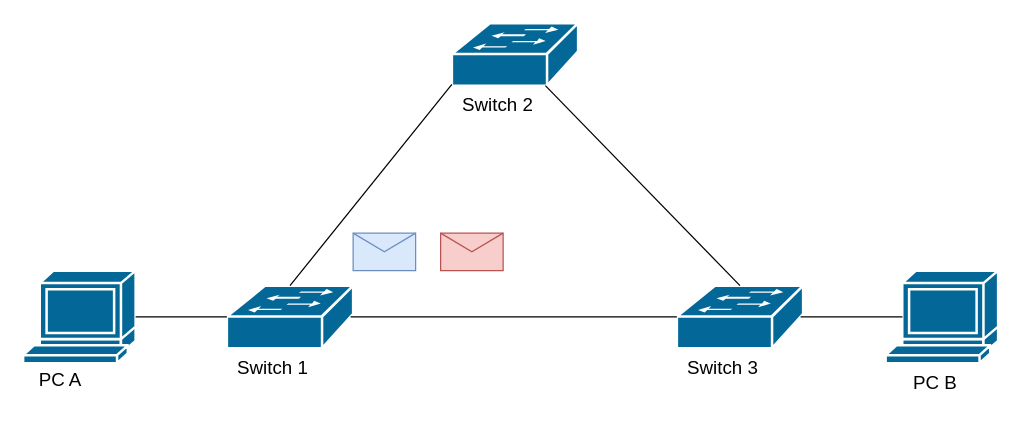
Vincent550102/NASA-graph keeps this draw.io diagram as NASA-graph/Security/STP 2.drawio. Above is the earlier version. Source tidied: cells renumbered, new cells numbered last; positions are measured from the earlier drawing's top-left corner, leaving out a move shared by most shapes. Both pictures are drawn from the tidied source at 125%, with x=0, y=0 at pixel (22, 22).
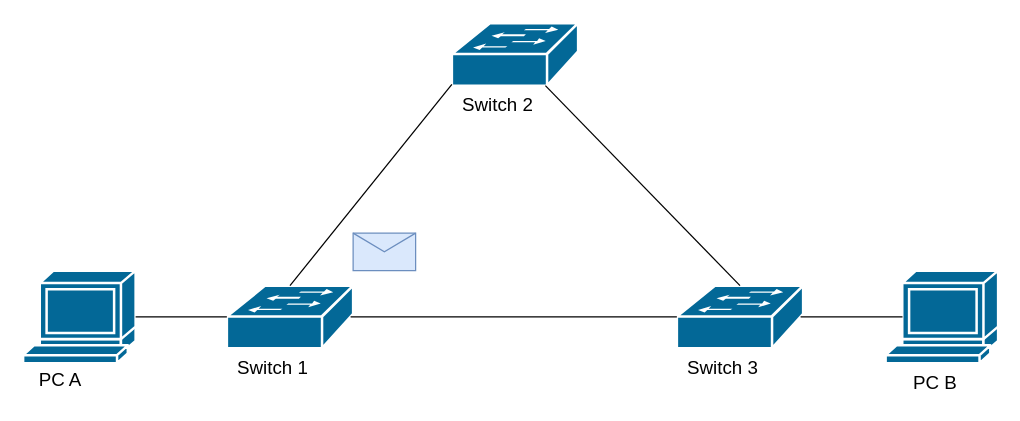
Above is the later version.

Diff of the diagram source:
```diff
@@
 <mxGraphModel>
   <root>
     <mxCell id="0" />
     <mxCell id="1" parent="0" />
     <mxCell id="2" style="shape=mxgraph.cisco.switches.workgroup_switch;sketch=0;html=1;dashed=0;fillColor=#036897;strokeColor=#ffffff;strokeWidth=2;verticalLabelPosition=bottom;verticalAlign=top;align=center;outlineConnect=0;" parent="1" vertex="1">
       <mxGeometry x="343" width="101" height="50" as="geometry" />
     </mxCell>
     <mxCell id="3" style="shape=mxgraph.cisco.switches.workgroup_switch;sketch=0;html=1;dashed=0;fillColor=#036897;strokeColor=#ffffff;strokeWidth=2;verticalLabelPosition=bottom;verticalAlign=top;align=center;outlineConnect=0;" parent="1" vertex="1">
       <mxGeometry x="523" y="210" width="101" height="50" as="geometry" />
     </mxCell>
     <mxCell id="4" style="shape=mxgraph.cisco.switches.workgroup_switch;sketch=0;html=1;dashed=0;fillColor=#036897;strokeColor=#ffffff;strokeWidth=2;verticalLabelPosition=bottom;verticalAlign=top;align=center;outlineConnect=0;" parent="1" vertex="1">
       <mxGeometry x="163" y="210" width="101" height="50" as="geometry" />
     </mxCell>
     <mxCell id="5" style="shape=mxgraph.cisco.computers_and_peripherals.terminal;sketch=0;html=1;dashed=0;fillColor=#036897;strokeColor=#ffffff;strokeWidth=2;verticalLabelPosition=bottom;verticalAlign=top;align=center;outlineConnect=0;" parent="1" vertex="1">
       <mxGeometry y="198" width="90" height="74" as="geometry" />
     </mxCell>
     <mxCell id="6" style="endArrow=none;html=1;rounded=0;exitX=0.5;exitY=0;exitDx=0;exitDy=0;exitPerimeter=0;entryX=0;entryY=0.98;entryDx=0;entryDy=0;entryPerimeter=0;" parent="1" edge="1" source="4" target="2">
       <mxGeometry relative="1" as="geometry" />
     </mxCell>
     <mxCell id="7" style="endArrow=none;html=1;rounded=0;exitX=0.5;exitY=0;exitDx=0;exitDy=0;exitPerimeter=0;" parent="1" edge="1" source="3" target="2">
       <mxGeometry relative="1" as="geometry" />
     </mxCell>
     <mxCell id="8" style="endArrow=none;html=1;rounded=0;exitX=0.98;exitY=0.5;exitDx=0;exitDy=0;exitPerimeter=0;entryX=0;entryY=0.5;entryDx=0;entryDy=0;entryPerimeter=0;" parent="1" edge="1" source="4" target="3">
       <mxGeometry relative="1" as="geometry" />
     </mxCell>
     <mxCell id="9" style="shape=mxgraph.cisco.computers_and_peripherals.terminal;sketch=0;html=1;dashed=0;fillColor=#036897;strokeColor=#ffffff;strokeWidth=2;verticalLabelPosition=bottom;verticalAlign=top;align=center;outlineConnect=0;" parent="1" vertex="1">
       <mxGeometry x="690" y="198" width="90" height="74" as="geometry" />
     </mxCell>
     <mxCell id="10" style="endArrow=none;html=1;rounded=0;exitX=1;exitY=0.5;exitDx=0;exitDy=0;exitPerimeter=0;entryX=0;entryY=0.5;entryDx=0;entryDy=0;entryPerimeter=0;" parent="1" edge="1" source="5" target="4">
       <mxGeometry relative="1" as="geometry" />
     </mxCell>
     <mxCell id="11" style="endArrow=none;html=1;rounded=0;exitX=0.98;exitY=0.5;exitDx=0;exitDy=0;exitPerimeter=0;entryX=0.15;entryY=0.5;entryDx=0;entryDy=0;entryPerimeter=0;" parent="1" edge="1" source="3" target="9">
       <mxGeometry relative="1" as="geometry" />
     </mxCell>
     <mxCell id="12" value="&lt;font style=&quot;font-size: 15px;&quot;&gt;PC A&lt;/font&gt;" style="text;html=1;strokeColor=none;fillColor=none;align=center;verticalAlign=middle;whiteSpace=wrap;rounded=0;" parent="1" vertex="1">
       <mxGeometry y="270" width="60" height="30" as="geometry" />
     </mxCell>
     <mxCell id="13" value="&lt;font style=&quot;font-size: 15px;&quot;&gt;Switch 1&lt;/font&gt;" style="text;html=1;strokeColor=none;fillColor=none;align=center;verticalAlign=middle;whiteSpace=wrap;rounded=0;" parent="1" vertex="1">
       <mxGeometry x="170" y="260" width="60" height="30" as="geometry" />
     </mxCell>
     <mxCell id="14" value="&lt;font style=&quot;font-size: 15px;&quot;&gt;Switch 2&lt;/font&gt;" style="text;html=1;strokeColor=none;fillColor=none;align=center;verticalAlign=middle;whiteSpace=wrap;rounded=0;" parent="1" vertex="1">
       <mxGeometry x="350" y="50" width="60" height="30" as="geometry" />
     </mxCell>
     <mxCell id="15" value="&lt;font style=&quot;font-size: 15px;&quot;&gt;Switch 3&lt;/font&gt;" style="text;html=1;strokeColor=none;fillColor=none;align=center;verticalAlign=middle;whiteSpace=wrap;rounded=0;" parent="1" vertex="1">
       <mxGeometry x="530" y="260" width="60" height="30" as="geometry" />
     </mxCell>
     <mxCell id="16" value="&lt;font style=&quot;font-size: 15px;&quot;&gt;PC B&lt;/font&gt;" style="text;html=1;strokeColor=none;fillColor=none;align=center;verticalAlign=middle;whiteSpace=wrap;rounded=0;" parent="1" vertex="1">
       <mxGeometry x="700" y="272" width="60" height="30" as="geometry" />
     </mxCell>
     <mxCell id="17" style="shape=message;html=1;whiteSpace=wrap;html=1;fontSize=15;rotation=0;fillColor=#dae8fc;strokeColor=#6c8ebf;" parent="1" vertex="1">
       <mxGeometry x="264" y="168" width="50" height="30" as="geometry" />
     </mxCell>
-    <mxCell id="18" style="shape=message;html=1;whiteSpace=wrap;html=1;fontSize=15;rotation=0;fillColor=#f8cecc;strokeColor=#b85450;" parent="1" vertex="1">
-      <mxGeometry x="334" y="168" width="50" height="30" as="geometry" />
-    </mxCell>
   </root>
 </mxGraphModel>
```
